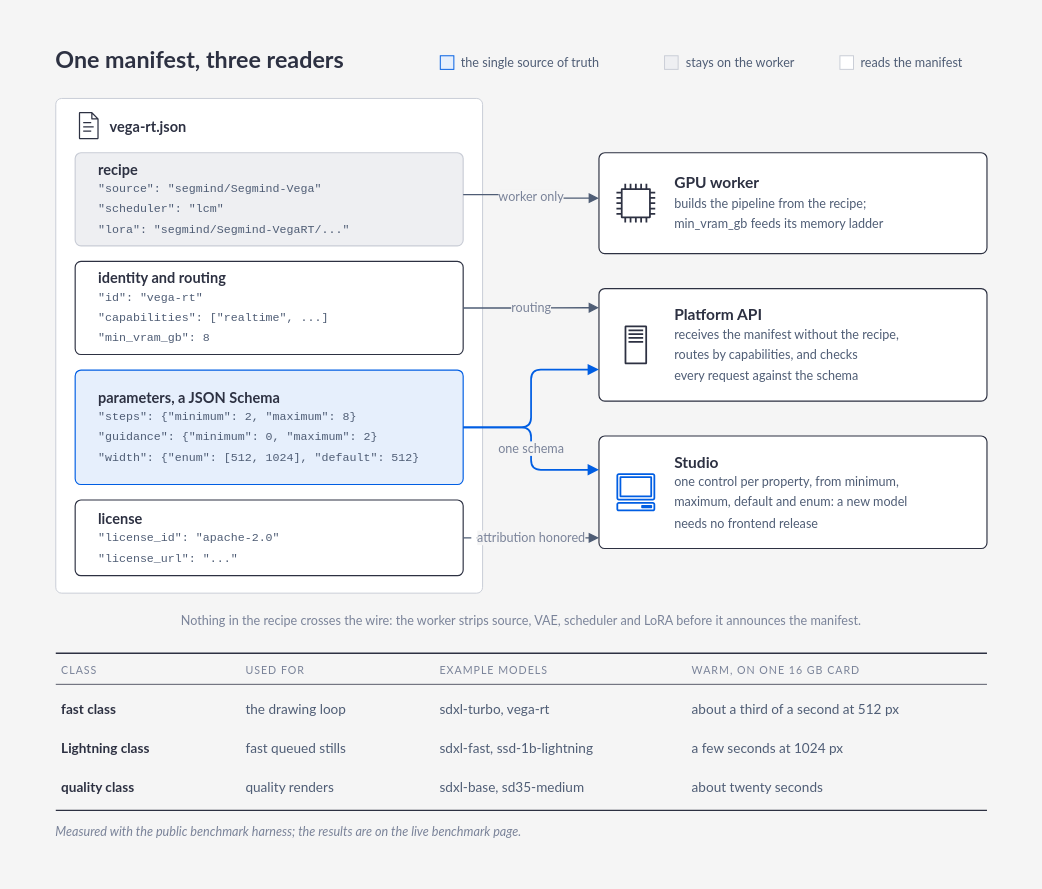
The draw.io diagram docs/figures/whitepaper/model-manifest.drawio in Portocolom-Studio/potocolom, before the edit. Source tidied: cells renumbered, new cells numbered last; positions are measured from the earlier drawing's top-left corner, leaving out a move shared by most shapes. Both pictures are drawn from the tidied source at 97%, with x=0, y=0 at pixel (16, 16).
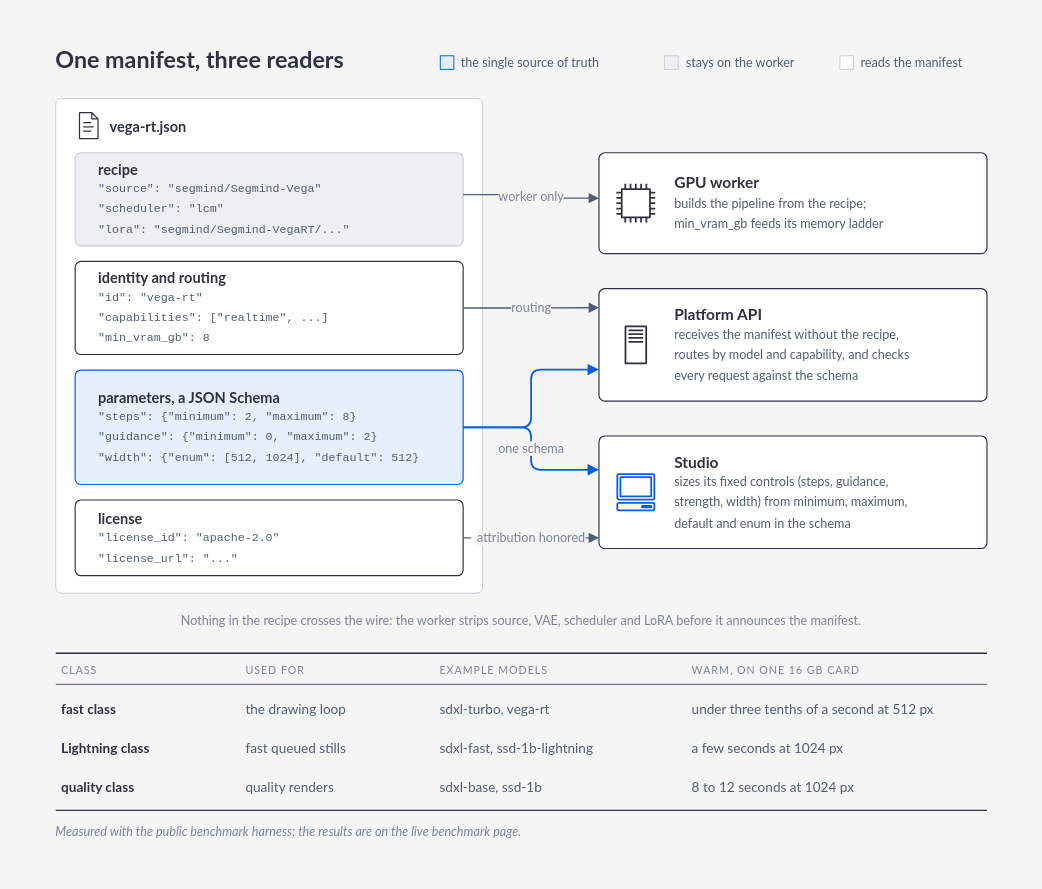
After the change.

What changed in the source:
```diff
@@
-    <mxCell id="19" value="&lt;b&gt;Platform API&lt;/b&gt;&lt;br&gt;&lt;span style=&quot;font-size:13px;font-weight:normal;color:#4f5d75;line-height:1.5&quot;&gt;receives the manifest without the recipe,&lt;br&gt;routes by capabilities, and checks&lt;br&gt;every request against the schema&lt;/span&gt;" style="rounded=1;absoluteArcSize=1;arcSize=12;whiteSpace=wrap;html=1;fillColor=#ffffff;strokeColor=#2d3142;strokeWidth=1.2;fontFamily=Lato;fontSize=16;fontColor=#2d3142;fontStyle=0;align=left;spacingLeft=68;verticalAlign=middle;spacing=10;" parent="1" vertex="1">
+    <mxCell id="19" value="&lt;b&gt;Platform API&lt;/b&gt;&lt;br&gt;&lt;span style=&quot;font-size:13px;font-weight:normal;color:#4f5d75;line-height:1.5&quot;&gt;receives the manifest without the recipe,&lt;br&gt;routes by model and capability, and checks&lt;br&gt;every request against the schema&lt;/span&gt;" style="rounded=1;absoluteArcSize=1;arcSize=12;whiteSpace=wrap;html=1;fillColor=#ffffff;strokeColor=#2d3142;strokeWidth=1.2;fontFamily=Lato;fontSize=16;fontColor=#2d3142;fontStyle=0;align=left;spacingLeft=68;verticalAlign=middle;spacing=10;" parent="1" vertex="1">
       <mxGeometry x="600" y="280" width="400" height="116" as="geometry" />
     </mxCell>
@@
-    <mxCell id="21" value="&lt;b&gt;Studio&lt;/b&gt;&lt;br&gt;&lt;span style=&quot;font-size:13px;font-weight:normal;color:#4f5d75;line-height:1.5&quot;&gt;one control per property, from minimum,&lt;br&gt;maximum, default and enum: a new model&lt;br&gt;needs no frontend release&lt;/span&gt;" style="rounded=1;absoluteArcSize=1;arcSize=12;whiteSpace=wrap;html=1;fillColor=#ffffff;strokeColor=#2d3142;strokeWidth=1.2;fontFamily=Lato;fontSize=16;fontColor=#2d3142;fontStyle=0;align=left;spacingLeft=68;verticalAlign=middle;spacing=10;" parent="1" vertex="1">
+    <mxCell id="21" value="&lt;b&gt;Studio&lt;/b&gt;&lt;br&gt;&lt;span style=&quot;font-size:13px;font-weight:normal;color:#4f5d75;line-height:1.5&quot;&gt;sizes its fixed controls (steps, guidance,&lt;br&gt;strength, width) from minimum, maximum,&lt;br&gt;default and enum in the schema&lt;/span&gt;" style="rounded=1;absoluteArcSize=1;arcSize=12;whiteSpace=wrap;html=1;fillColor=#ffffff;strokeColor=#2d3142;strokeWidth=1.2;fontFamily=Lato;fontSize=16;fontColor=#2d3142;fontStyle=0;align=left;spacingLeft=68;verticalAlign=middle;spacing=10;" parent="1" vertex="1">
       <mxGeometry x="600" y="432" width="400" height="116" as="geometry" />
     </mxCell>
@@
-    <mxCell id="38" value="about a third of a second at 512 px" style="text;html=1;whiteSpace=wrap;fontFamily=Lato;fontSize=14;fontColor=#4f5d75;fontStyle=0;align=left;verticalAlign=middle;spacing=0;" parent="1" vertex="1">
+    <mxCell id="38" value="under three tenths of a second at 512 px" style="text;html=1;whiteSpace=wrap;fontFamily=Lato;fontSize=14;fontColor=#4f5d75;fontStyle=0;align=left;verticalAlign=middle;spacing=0;" parent="1" vertex="1">
       <mxGeometry x="696" y="694" width="298" height="40" as="geometry" />
     </mxCell>
@@
-    <mxCell id="45" value="sdxl-base, sd35-medium" style="text;html=1;whiteSpace=wrap;fontFamily=Lato;fontSize=14;fontColor=#4f5d75;fontStyle=0;align=left;verticalAlign=middle;spacing=0;" parent="1" vertex="1">
+    <mxCell id="45" value="sdxl-base, ssd-1b" style="text;html=1;whiteSpace=wrap;fontFamily=Lato;fontSize=14;fontColor=#4f5d75;fontStyle=0;align=left;verticalAlign=middle;spacing=0;" parent="1" vertex="1">
       <mxGeometry x="436" y="774" width="248" height="40" as="geometry" />
     </mxCell>
-    <mxCell id="46" value="about twenty seconds" style="text;html=1;whiteSpace=wrap;fontFamily=Lato;fontSize=14;fontColor=#4f5d75;fontStyle=0;align=left;verticalAlign=middle;spacing=0;" parent="1" vertex="1">
+    <mxCell id="46" value="8 to 12 seconds at 1024 px" style="text;html=1;whiteSpace=wrap;fontFamily=Lato;fontSize=14;fontColor=#4f5d75;fontStyle=0;align=left;verticalAlign=middle;spacing=0;" parent="1" vertex="1">
       <mxGeometry x="696" y="774" width="298" height="40" as="geometry" />
     </mxCell>
```
